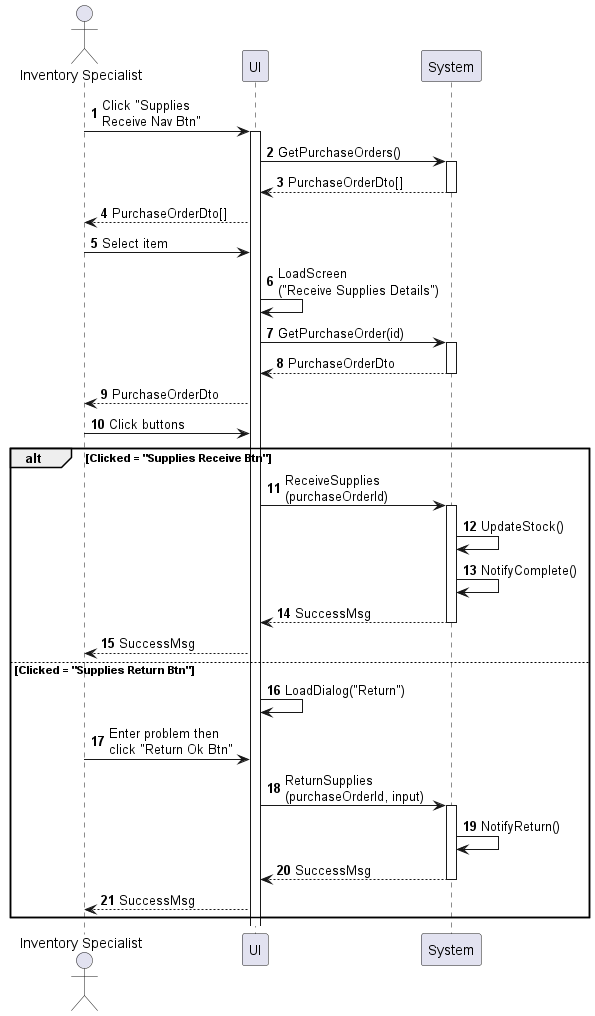
phihungha/scmss-reqs keeps this PlantUML diagram as sequences/inventory-supply-receive.png. Above is the earlier version.
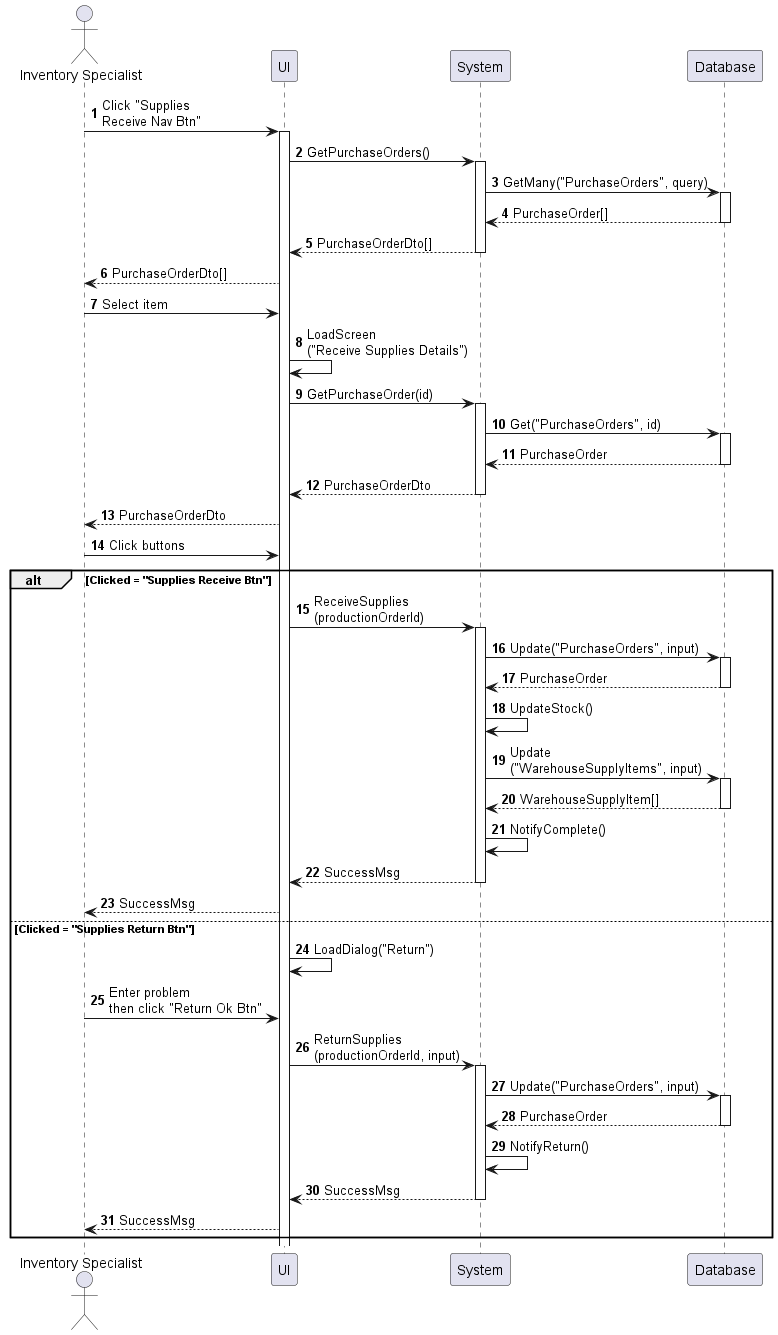
Above is the later version.

Diff of the diagram source:
```diff
@@ -4,33 +4,49 @@
 actor "Inventory Specialist" as a
 participant UI as f
 participant System as b
+participant Database as d
 
 a -> f : Click "Supplies\nReceive Nav Btn"
 activate f
 f -> b : GetPurchaseOrders()
 activate b
+b -> d : GetMany("PurchaseOrders", query)
+activate d
+return PurchaseOrder[]
 return PurchaseOrderDto[]
 f --> a : PurchaseOrderDto[]
 a -> f : Select item
 f -> f : LoadScreen\n("Receive Supplies Details")
 f -> b : GetPurchaseOrder(id)
 activate b
+b -> d : Get("PurchaseOrders", id)
+activate d
+return PurchaseOrder
 return PurchaseOrderDto
 f --> a : PurchaseOrderDto
 a -> f : Click buttons
 
 alt Clicked = "Supplies Receive Btn"
-    f -> b : ReceiveSupplies\n(purchaseOrderId)
+    f -> b : ReceiveSupplies\n(productionOrderId)
     activate b
+    b -> d : Update("PurchaseOrders", input)
+    activate d
+    return PurchaseOrder
     b -> b : UpdateStock()
+    b -> d : Update\n("WarehouseSupplyItems", input)
+    activate d
+    return WarehouseSupplyItem[]
     b -> b : NotifyComplete()
     return SuccessMsg
     f --> a : SuccessMsg
 else Clicked = "Supplies Return Btn"
     f -> f : LoadDialog("Return")
-    a -> f : Enter problem then\nclick "Return Ok Btn"
-    f -> b : ReturnSupplies\n(purchaseOrderId, input)
+    a -> f : Enter problem\nthen click "Return Ok Btn"
+    f -> b : ReturnSupplies\n(productionOrderId, input)
     activate b
+    b -> d : Update("PurchaseOrders", input)
+    activate d
+    return PurchaseOrder
     b -> b : NotifyReturn()
     return SuccessMsg
     f --> a : SuccessMsg
```
